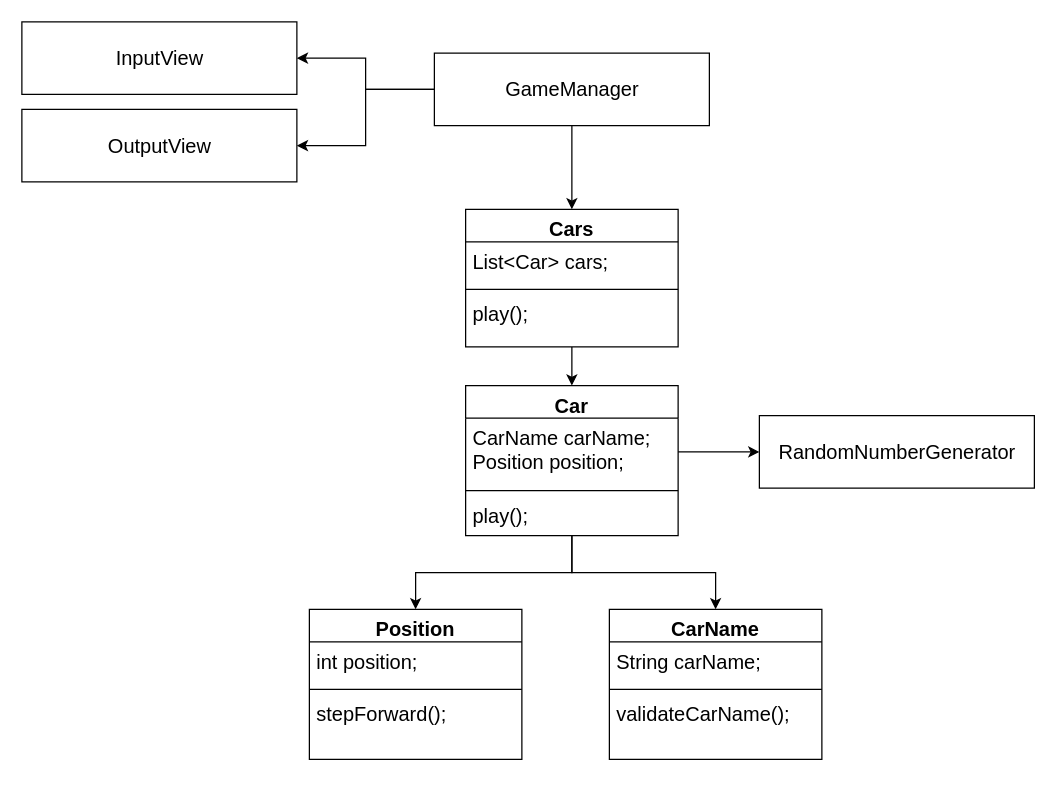
This is 설계.drawio from gmelon/java-racingcar-playground, a draw.io file, before an edit. Source tidied: cells renumbered, new cells numbered last; positions are measured from the earlier drawing's top-left corner, leaving out a move shared by most shapes. Both pictures are drawn from the tidied source at 125%, with x=0, y=0 at pixel (21, 21).
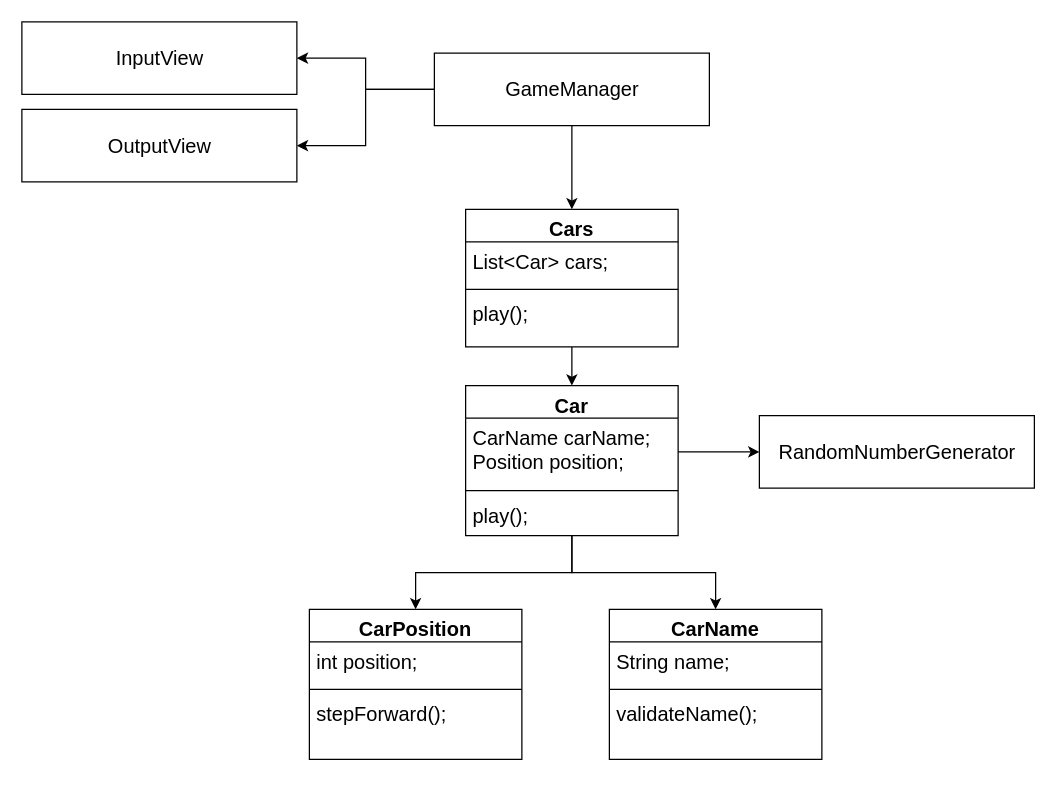
The same page after the edit.

Commit message (it also covers changes not shown here):
feat: CarPosition 클래스

The change refers to these unchanged cells:
```xml
<mxCell id="25" value="CarName" style="swimlane;fontStyle=1;align=center;verticalAlign=top;horizontal=1;startSize=26;fontSize=16;" parent="1" vertex="1">
  <mxGeometry x="470" y="470" width="170" height="120" as="geometry" />
</mxCell>
```

Diff of the diagram source:
```diff
@@
-    <mxCell id="20" value="Position" style="swimlane;fontStyle=1;align=center;verticalAlign=top;horizontal=1;startSize=26;fontSize=16;" parent="1" vertex="1">
+    <mxCell id="20" value="CarPosition" style="swimlane;fontStyle=1;align=center;verticalAlign=top;horizontal=1;startSize=26;fontSize=16;" parent="1" vertex="1">
       <mxGeometry x="230" y="470" width="170" height="120" as="geometry" />
     </mxCell>
@@
-    <mxCell id="26" value="String carName;" style="text;strokeColor=none;fillColor=none;align=left;verticalAlign=top;spacingLeft=4;spacingRight=4;overflow=hidden;fontSize=16;" parent="25" vertex="1">
+    <mxCell id="26" value="String name;" style="text;strokeColor=none;fillColor=none;align=left;verticalAlign=top;spacingLeft=4;spacingRight=4;overflow=hidden;fontSize=16;" parent="25" vertex="1">
       <mxGeometry y="26" width="170" height="34" as="geometry" />
     </mxCell>
@@
-    <mxCell id="28" value="validateCarName();" style="text;strokeColor=none;fillColor=none;align=left;verticalAlign=top;spacingLeft=4;spacingRight=4;overflow=hidden;fontSize=16;" parent="25" vertex="1">
+    <mxCell id="28" value="validateName();" style="text;strokeColor=none;fillColor=none;align=left;verticalAlign=top;spacingLeft=4;spacingRight=4;overflow=hidden;fontSize=16;" parent="25" vertex="1">
       <mxGeometry y="68" width="170" height="52" as="geometry" />
     </mxCell>
```
